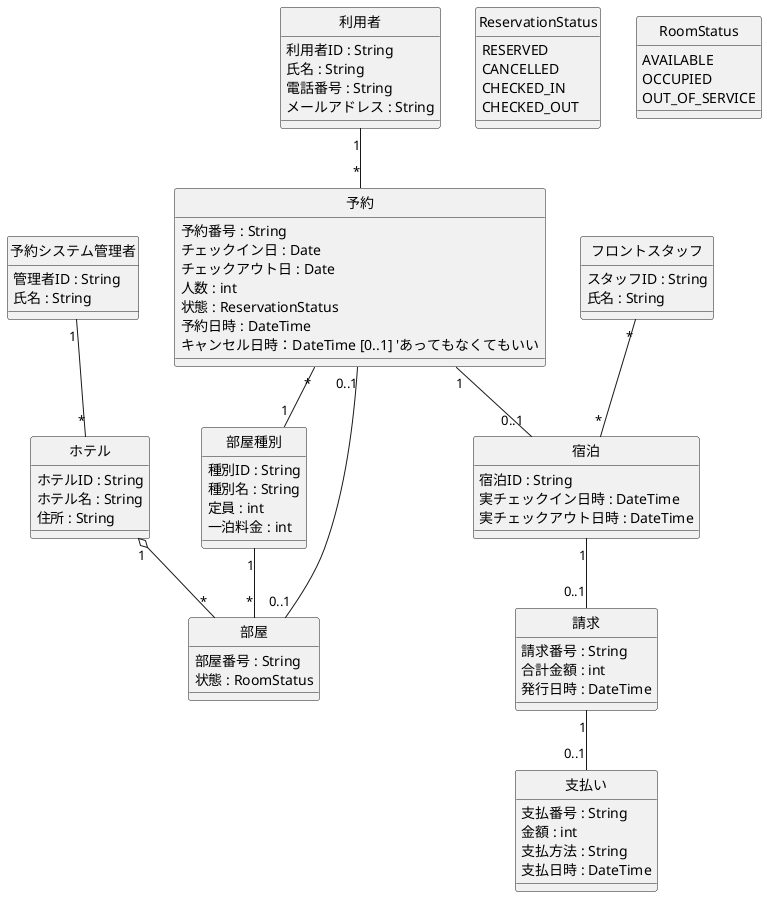
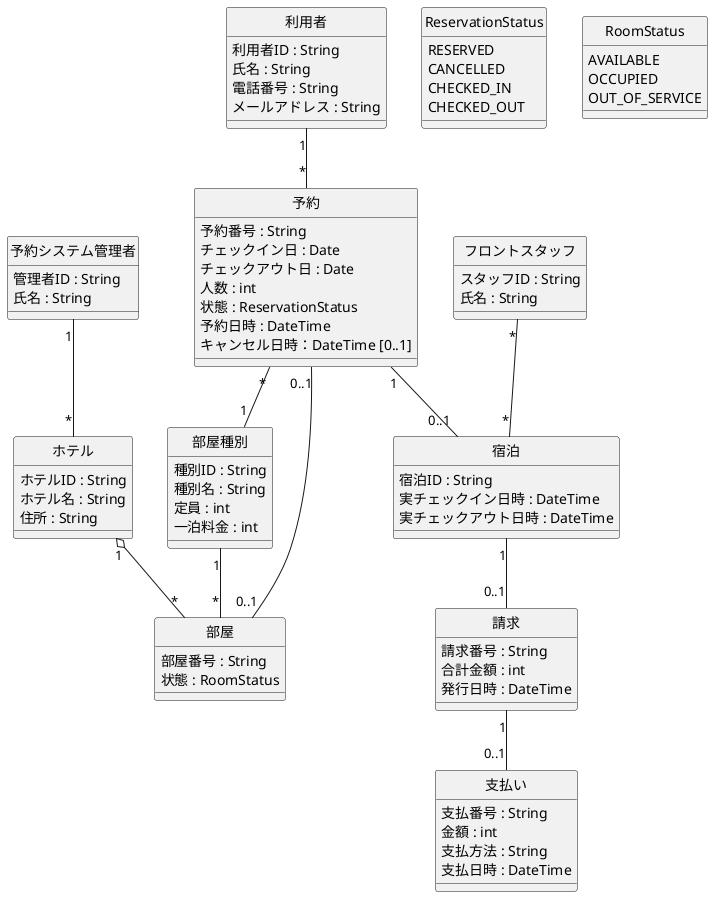
@startuml domain_class

skinparam classAttributeIconSize 0
hide circle

class 利用者 {
  利用者ID : String
  氏名 : String
  電話番号 : String
  メールアドレス : String
}

class 予約システム管理者 {
  管理者ID : String
  氏名 : String
}

class フロントスタッフ {
  スタッフID : String
  氏名 : String
}

class ホテル {
  ホテルID : String
  ホテル名 : String
  住所 : String
}

class 部屋種別 {
  種別ID : String
  種別名 : String
  定員 : int
  一泊料金 : int
}

class 部屋 {
  部屋番号 : String
  状態 : RoomStatus
}

class 予約 {
  予約番号 : String
  チェックイン日 : Date
  チェックアウト日 : Date
  人数 : int
  状態 : ReservationStatus
  予約日時 : DateTime
-   キャンセル日時：DateTime [0..1] 'あってもなくてもいい
+   キャンセル日時：DateTime [0..1]
}

class 宿泊 {
  宿泊ID : String
  実チェックイン日時 : DateTime
  実チェックアウト日時 : DateTime
}

class 請求 {
  請求番号 : String
  合計金額 : int
  発行日時 : DateTime
}

class 支払い {
  支払番号 : String
  金額 : int
  支払方法 : String
  支払日時 : DateTime
}

enum ReservationStatus {
  RESERVED
  CANCELLED
  CHECKED_IN
  CHECKED_OUT
}

enum RoomStatus {
  AVAILABLE
  OCCUPIED
  OUT_OF_SERVICE
}

' ============================================================
' 関係と多重度（概念レベルなので向きは付けない）
' ============================================================
ホテル              "1"    o-- "*"    部屋
部屋種別            "1"    --  "*"    部屋
利用者                "1"    --  "*"    予約
予約                "*"    --  "1"    部屋種別
予約                "0..1" --  "0..1" 部屋
予約                "1"    --  "0..1" 宿泊
宿泊                "1"    --  "0..1" 請求
請求                "1"    --  "0..1" 支払い
予約システム管理者  "1"    --  "*"    ホテル
フロントスタッフ    "*"    --  "*"    宿泊

@enduml
